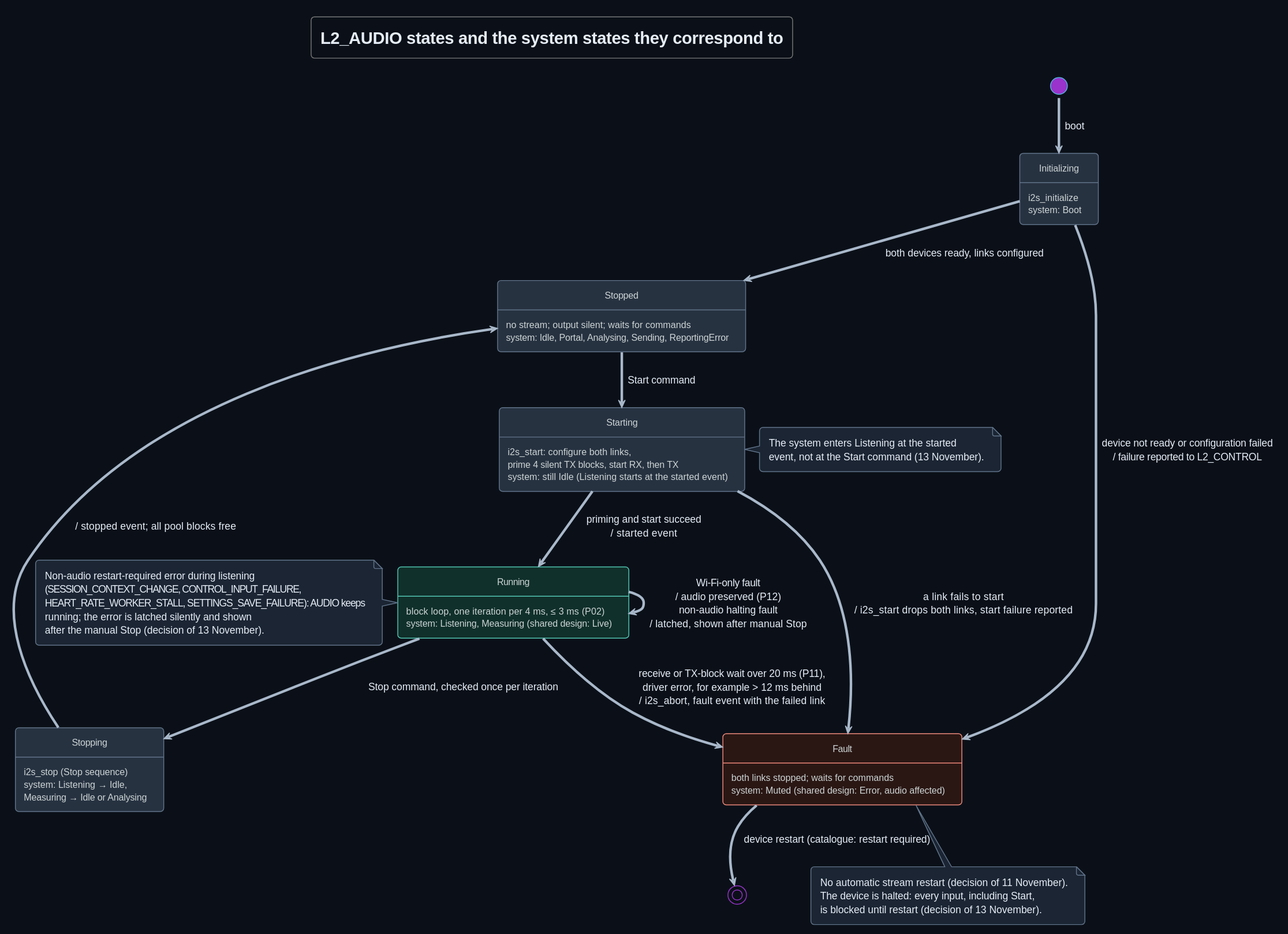
This is Development/system/design/AUDIO/rendered/audio_state.svg from DemonicPsychoII/DigitalStethoscope, a PlantUML export, as it was before one commit.
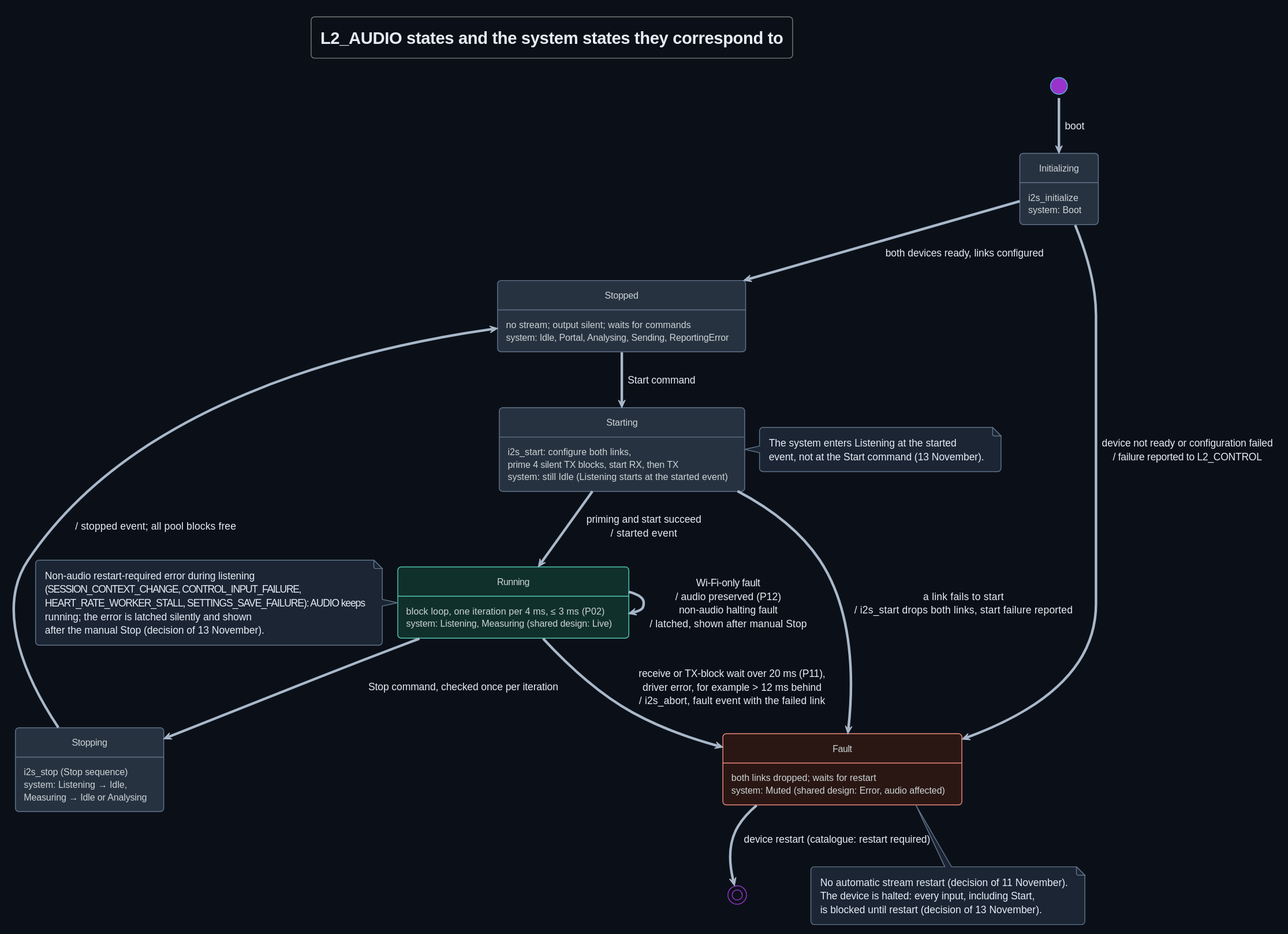
The same file after the commit.

Commit message:
TICKET-185: documentation: align the soak budget and session view with the audio decisions and let a faulted audio thread wait for restart

The edit, as a diff of the source:
```diff
@@ -31,7 +31,7 @@
 state "Starting" as Starting : i2s_start: configure both links,\nprime 4 silent TX blocks, start RX, then TX\nsystem: still Idle (Listening starts at the started event)
 state "Running" as Running <<running>> : block loop, one iteration per 4 ms, ≤ 3 ms (P02)\nsystem: Listening, Measuring (shared design: Live)
 state "Stopping" as Stopping : i2s_stop (Stop sequence)\nsystem: Listening → Idle,\nMeasuring → Idle or Analysing
-state "Fault" as Fault <<fault>> : both links stopped; waits for commands\nsystem: Muted (shared design: Error, audio affected)
+state "Fault" as Fault <<fault>> : both links dropped; waits for restart\nsystem: Muted (shared design: Error, audio affected)
 [*] --> Initializing : boot
 Initializing --> Stopped : both devices ready, links configured
 Initializing --> Fault : device not ready or configuration failed\n/ failure reported to L2_CONTROL
```
